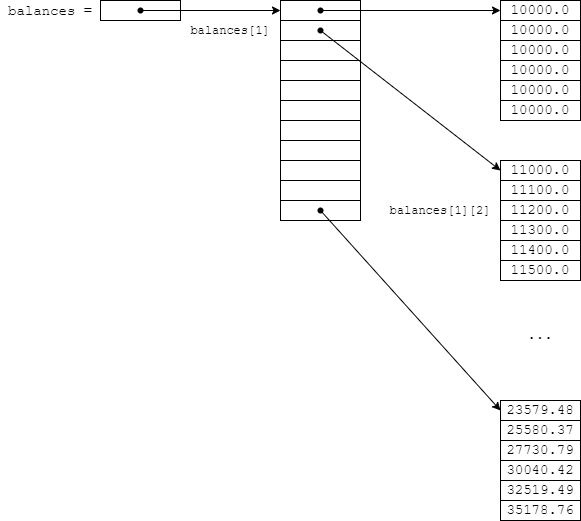
The draw.io diagram assets/images/java-note-v1ch03-fundamental-programming-structures-in-java/二维数组.png in ZZy979/zzy979.github.io, before a commit. Source tidied: cells renumbered, new cells last; positions are measured from the earlier drawing's top-left corner, leaving out a move shared by most shapes.
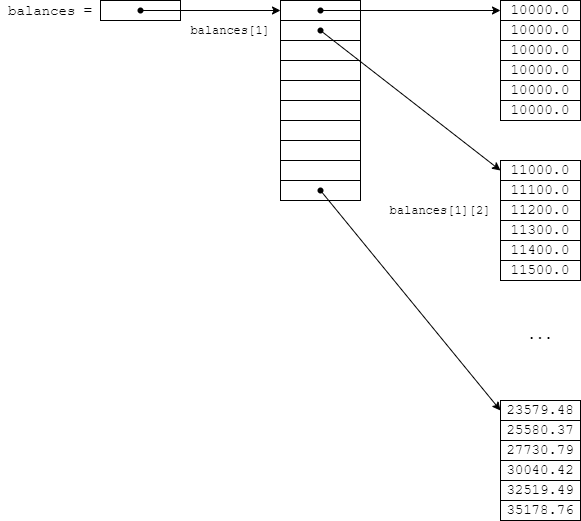
The same diagram one commit later.

Change to the diagram source:
```diff
@@ -1,4 +1,4 @@
-<mxGraphModel>
+<mxGraphModel background="#ffffff">
   <root>
     <mxCell id="0" />
     <mxCell id="1" parent="0" />
@@ -15,7 +15,7 @@
       <mxGeometry x="130" width="20" height="20" as="geometry" />
     </mxCell>
     <mxCell id="6" style="shadow=0;fillColor=none;" parent="1" vertex="1">
-      <mxGeometry x="280" width="80" height="220" as="geometry" />
+      <mxGeometry x="280" width="80" height="200" as="geometry" />
     </mxCell>
     <mxCell id="7" style="shape=tableRow;horizontal=0;startSize=0;swimlaneHead=0;swimlaneBody=0;top=0;left=0;bottom=0;right=0;fontStyle=0;fillColor=none;strokeColor=inherit;" parent="6" vertex="1">
       <mxGeometry width="80" height="20" as="geometry" />
@@ -71,14 +71,8 @@
     <mxCell id="24" style="strokeColor=inherit;fillColor=none;align=center;whiteSpace=wrap;html=1;fontFamily=Courier New;fontSize=14;" parent="23" vertex="1">
       <mxGeometry width="80" height="20" as="geometry" />
     </mxCell>
-    <mxCell id="25" style="shape=tableRow;horizontal=0;startSize=0;swimlaneHead=0;swimlaneBody=0;top=0;left=0;bottom=0;right=0;fontStyle=0;fillColor=none;strokeColor=inherit;" parent="6" vertex="1">
-      <mxGeometry y="180" width="80" height="20" as="geometry" />
-    </mxCell>
-    <mxCell id="26" style="strokeColor=inherit;fillColor=none;align=center;whiteSpace=wrap;html=1;fontFamily=Courier New;fontSize=14;" parent="25" vertex="1">
-      <mxGeometry width="80" height="20" as="geometry" />
-    </mxCell>
     <mxCell id="27" style="shape=tableRow;horizontal=0;startSize=0;swimlaneHead=0;swimlaneBody=0;top=0;left=0;bottom=0;right=0;fontStyle=0;fillColor=none;strokeColor=inherit;" parent="6" vertex="1">
-      <mxGeometry y="200" width="80" height="20" as="geometry" />
+      <mxGeometry y="180" width="80" height="20" as="geometry" />
     </mxCell>
     <mxCell id="28" style="strokeColor=inherit;fillColor=none;align=center;whiteSpace=wrap;html=1;fontFamily=Courier New;fontSize=14;" parent="27" vertex="1">
       <mxGeometry width="80" height="20" as="geometry" />
@@ -141,7 +135,7 @@
       <mxGeometry relative="1" as="geometry" />
     </mxCell>
     <mxCell id="48" style="shape=waypoint;sketch=0;fillStyle=solid;size=6;points=[];fillColor=none;perimeter=centerPerimeter;snapToPoint=1;fontSize=16;" parent="1" vertex="1">
-      <mxGeometry x="310" y="200" width="20" height="20" as="geometry" />
+      <mxGeometry x="310" y="180" width="20" height="20" as="geometry" />
     </mxCell>
     <mxCell id="49" value="&lt;font face=&quot;Courier New&quot; style=&quot;font-size: 12px;&quot;&gt;balances[1]&lt;/font&gt;" style="text;html=1;strokeColor=none;fillColor=none;align=center;verticalAlign=middle;whiteSpace=wrap;rounded=0;fontSize=12;" parent="1" vertex="1">
       <mxGeometry x="180" y="20" width="100" height="20" as="geometry" />
```
